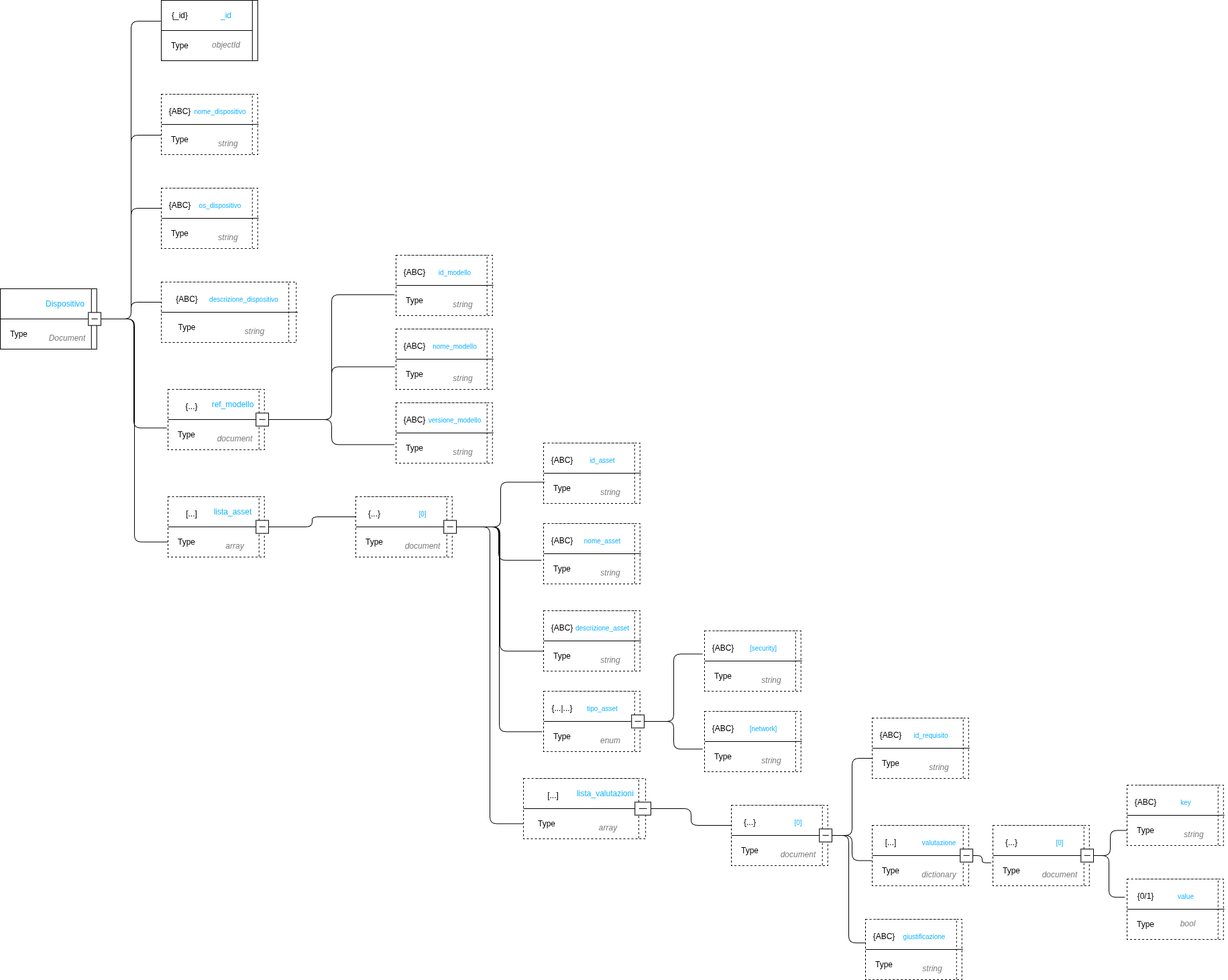
GroupRubberDuck/Documentazione keeps this draw.io diagram as src/PB/DocumentazioneEsterna/Specifica_Tecnica/images/schema_dati_dispositivo.drawio.png. Above is the earlier version. Source tidied: cells renumbered, new cells last; positions are measured from the earlier drawing's top-left corner, leaving out a move shared by most shapes.
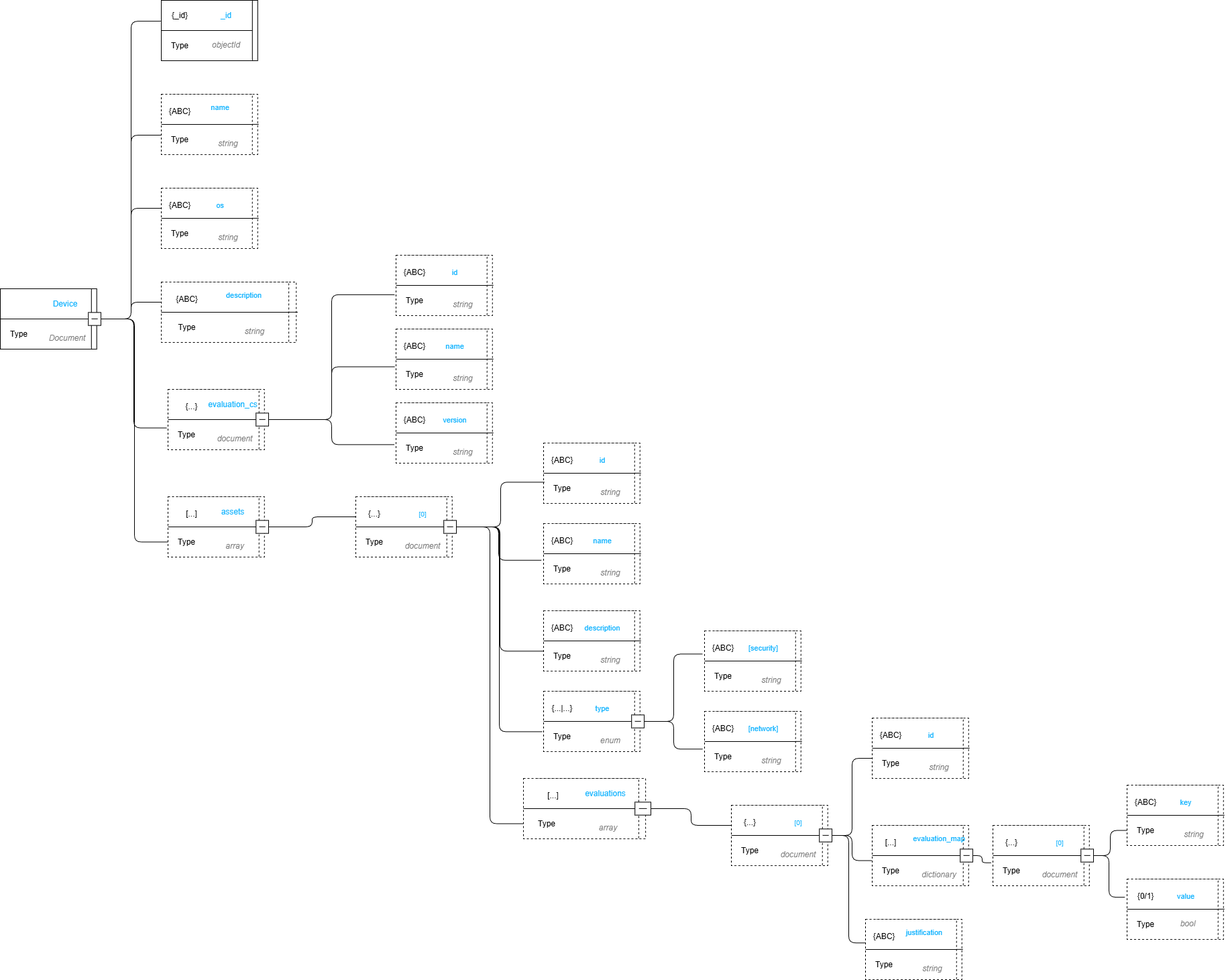
After the change.

Commit message:
Verifica: sezione dati st e schemi draw.io

Diff of the diagram source:
```diff
@@ -37,3 +37,3 @@
     </mxCell>
-    <mxCell id="11" value="&lt;span&gt;&lt;font style=&quot;color: rgb(14, 178, 255);&quot;&gt;Dispositivo&lt;/font&gt;&lt;/span&gt;" style="text;html=1;align=center;verticalAlign=middle;whiteSpace=wrap;rounded=0;" parent="2" vertex="1">
+    <mxCell id="11" value="&lt;font color=&quot;#0eb2ff&quot;&gt;Device&lt;/font&gt;" style="text;html=1;align=center;verticalAlign=middle;whiteSpace=wrap;rounded=0;" parent="2" vertex="1">
       <mxGeometry x="68.8" y="6.4" width="56.2" height="32.1" as="geometry" />
@@ -70,3 +70,3 @@
     </mxCell>
-    <mxCell id="20" value="&lt;span&gt;&lt;font style=&quot;color: rgb(14, 178, 255);&quot;&gt;nome_dispositivo&lt;/font&gt;&lt;/span&gt;" style="text;html=1;align=center;verticalAlign=middle;whiteSpace=wrap;rounded=0;dashed=1;fontSize=10;" parent="12" vertex="1">
+    <mxCell id="20" value="&lt;font style=&quot;font-size: 11px;&quot; color=&quot;#0eb2ff&quot;&gt;name&lt;/font&gt;&lt;div&gt;&lt;font color=&quot;#0eb2ff&quot;&gt;&lt;br&gt;&lt;/font&gt;&lt;/div&gt;" style="text;html=1;align=center;verticalAlign=middle;whiteSpace=wrap;rounded=0;dashed=1;fontSize=10;" parent="12" vertex="1">
       <mxGeometry x="60" y="10" width="56.2" height="32.1" as="geometry" />
@@ -109,3 +109,3 @@
     </mxCell>
-    <mxCell id="31" value="&lt;span&gt;&lt;font style=&quot;color: rgb(14, 178, 255);&quot;&gt;ref_modello&lt;/font&gt;&lt;/span&gt;" style="text;html=1;align=center;verticalAlign=middle;whiteSpace=wrap;rounded=0;dashed=1;" parent="22" vertex="1">
+    <mxCell id="31" value="&lt;span&gt;&lt;font style=&quot;color: rgb(14, 178, 255);&quot;&gt;evaluation_cs&lt;/font&gt;&lt;/span&gt;" style="text;html=1;align=center;verticalAlign=middle;whiteSpace=wrap;rounded=0;dashed=1;" parent="22" vertex="1">
       <mxGeometry x="68.8" y="6.4" width="56.2" height="32.1" as="geometry" />
@@ -169,3 +169,3 @@
     </mxCell>
-    <mxCell id="49" value="&lt;span&gt;&lt;font style=&quot;color: rgb(14, 178, 255);&quot;&gt;os_dispositivo&lt;/font&gt;&lt;/span&gt;" style="text;html=1;align=center;verticalAlign=middle;whiteSpace=wrap;rounded=0;dashed=1;fontSize=10;" parent="41" vertex="1">
+    <mxCell id="49" value="&lt;span&gt;&lt;font style=&quot;color: rgb(14, 178, 255); font-size: 11px;&quot;&gt;os&lt;/font&gt;&lt;/span&gt;" style="text;html=1;align=center;verticalAlign=middle;whiteSpace=wrap;rounded=0;dashed=1;fontSize=10;" parent="41" vertex="1">
       <mxGeometry x="60" y="10" width="56.2" height="32.1" as="geometry" />
@@ -205,3 +205,3 @@
     </mxCell>
-    <mxCell id="59" value="&lt;span&gt;&lt;font style=&quot;color: rgb(14, 178, 255);&quot;&gt;descrizione_dispositivo&lt;/font&gt;&lt;/span&gt;" style="text;html=1;align=center;verticalAlign=middle;whiteSpace=wrap;rounded=0;dashed=1;fontSize=10;" parent="51" vertex="1">
+    <mxCell id="59" value="&lt;font style=&quot;font-size: 11px;&quot; color=&quot;#0eb2ff&quot;&gt;description&lt;/font&gt;&lt;div&gt;&lt;font color=&quot;#0eb2ff&quot;&gt;&lt;br&gt;&lt;/font&gt;&lt;/div&gt;" style="text;html=1;align=center;verticalAlign=middle;whiteSpace=wrap;rounded=0;dashed=1;fontSize=10;" parent="51" vertex="1">
       <mxGeometry x="84" y="10" width="78.8" height="32.1" as="geometry" />
@@ -256,3 +256,3 @@
     </mxCell>
-    <mxCell id="74" value="&lt;font color=&quot;#0eb2ff&quot;&gt;id_modello&lt;/font&gt;" style="text;html=1;align=center;verticalAlign=middle;whiteSpace=wrap;rounded=0;dashed=1;fontSize=10;" parent="66" vertex="1">
+    <mxCell id="74" value="&lt;font style=&quot;font-size: 11px;&quot; color=&quot;#0eb2ff&quot;&gt;id&lt;/font&gt;" style="text;html=1;align=center;verticalAlign=middle;whiteSpace=wrap;rounded=0;dashed=1;fontSize=10;" parent="66" vertex="1">
       <mxGeometry x="60" y="10" width="56.2" height="32.1" as="geometry" />
@@ -292,3 +292,3 @@
     </mxCell>
-    <mxCell id="84" value="&lt;span&gt;&lt;font style=&quot;color: rgb(14, 178, 255);&quot;&gt;nome_modello&lt;/font&gt;&lt;/span&gt;" style="text;html=1;align=center;verticalAlign=middle;whiteSpace=wrap;rounded=0;dashed=1;fontSize=10;" parent="76" vertex="1">
+    <mxCell id="84" value="&lt;span&gt;&lt;font style=&quot;color: rgb(14, 178, 255); font-size: 11px;&quot;&gt;name&lt;/font&gt;&lt;/span&gt;" style="text;html=1;align=center;verticalAlign=middle;whiteSpace=wrap;rounded=0;dashed=1;fontSize=10;" parent="76" vertex="1">
       <mxGeometry x="60" y="10" width="56.2" height="32.1" as="geometry" />
@@ -328,3 +328,3 @@
     </mxCell>
-    <mxCell id="94" value="&lt;span&gt;&lt;font style=&quot;color: rgb(14, 178, 255);&quot;&gt;versione_modello&lt;/font&gt;&lt;/span&gt;" style="text;html=1;align=center;verticalAlign=middle;whiteSpace=wrap;rounded=0;dashed=1;fontSize=10;" parent="86" vertex="1">
+    <mxCell id="94" value="&lt;span&gt;&lt;font style=&quot;color: rgb(14, 178, 255); font-size: 11px;&quot;&gt;version&lt;/font&gt;&lt;/span&gt;" style="text;html=1;align=center;verticalAlign=middle;whiteSpace=wrap;rounded=0;dashed=1;fontSize=10;" parent="86" vertex="1">
       <mxGeometry x="60" y="10" width="56.2" height="32.1" as="geometry" />
@@ -376,3 +376,3 @@
     </mxCell>
-    <mxCell id="108" value="&lt;span&gt;&lt;font style=&quot;color: rgb(14, 178, 255);&quot;&gt;lista_asset&lt;/font&gt;&lt;/span&gt;" style="text;html=1;align=center;verticalAlign=middle;whiteSpace=wrap;rounded=0;dashed=1;" parent="99" vertex="1">
+    <mxCell id="108" value="&lt;span&gt;&lt;font style=&quot;color: rgb(14, 178, 255);&quot;&gt;assets&lt;/font&gt;&lt;/span&gt;" style="text;html=1;align=center;verticalAlign=middle;whiteSpace=wrap;rounded=0;dashed=1;" parent="99" vertex="1">
       <mxGeometry x="68.8" y="6.4" width="56.2" height="32.1" as="geometry" />
@@ -463,3 +463,3 @@
     </mxCell>
-    <mxCell id="131" value="&lt;font color=&quot;#0eb2ff&quot;&gt;id_asset&lt;/font&gt;" style="text;html=1;align=center;verticalAlign=middle;whiteSpace=wrap;rounded=0;dashed=1;fontSize=10;" parent="123" vertex="1">
+    <mxCell id="131" value="&lt;font style=&quot;font-size: 11px;&quot; color=&quot;#0eb2ff&quot;&gt;id&lt;/font&gt;" style="text;html=1;align=center;verticalAlign=middle;whiteSpace=wrap;rounded=0;dashed=1;fontSize=10;" parent="123" vertex="1">
       <mxGeometry x="60" y="10" width="56.2" height="32.1" as="geometry" />
@@ -499,3 +499,3 @@
     </mxCell>
-    <mxCell id="141" value="&lt;font color=&quot;#0eb2ff&quot;&gt;nome_asset&lt;/font&gt;" style="text;html=1;align=center;verticalAlign=middle;whiteSpace=wrap;rounded=0;dashed=1;fontSize=10;" parent="133" vertex="1">
+    <mxCell id="141" value="&lt;font style=&quot;font-size: 11px;&quot; color=&quot;#0eb2ff&quot;&gt;name&lt;/font&gt;" style="text;html=1;align=center;verticalAlign=middle;whiteSpace=wrap;rounded=0;dashed=1;fontSize=10;" parent="133" vertex="1">
       <mxGeometry x="60" y="10" width="56.2" height="32.1" as="geometry" />
@@ -535,3 +535,3 @@
     </mxCell>
-    <mxCell id="151" value="&lt;font color=&quot;#0eb2ff&quot;&gt;descrizione_asset&lt;/font&gt;" style="text;html=1;align=center;verticalAlign=middle;whiteSpace=wrap;rounded=0;dashed=1;fontSize=10;" parent="143" vertex="1">
+    <mxCell id="151" value="&lt;font style=&quot;font-size: 11px;&quot; color=&quot;#0eb2ff&quot;&gt;description&lt;/font&gt;" style="text;html=1;align=center;verticalAlign=middle;whiteSpace=wrap;rounded=0;dashed=1;fontSize=10;" parent="143" vertex="1">
       <mxGeometry x="60" y="10" width="56.2" height="32.1" as="geometry" />
@@ -598,3 +598,3 @@
     </mxCell>
-    <mxCell id="166" value="&lt;font color=&quot;#0eb2ff&quot;&gt;tipo_asset&lt;/font&gt;" style="text;html=1;align=center;verticalAlign=middle;whiteSpace=wrap;rounded=0;dashed=1;fontSize=10;" parent="153" vertex="1">
+    <mxCell id="166" value="&lt;font style=&quot;font-size: 11px;&quot; color=&quot;#0eb2ff&quot;&gt;type&lt;/font&gt;" style="text;html=1;align=center;verticalAlign=middle;whiteSpace=wrap;rounded=0;dashed=1;fontSize=10;" parent="153" vertex="1">
       <mxGeometry x="60" y="10" width="56.2" height="32.1" as="geometry" />
@@ -634,3 +634,3 @@
     </mxCell>
-    <mxCell id="176" value="&lt;font color=&quot;#0eb2ff&quot;&gt;[security]&lt;/font&gt;" style="text;html=1;align=center;verticalAlign=middle;whiteSpace=wrap;rounded=0;dashed=1;fontSize=10;" parent="168" vertex="1">
+    <mxCell id="176" value="&lt;font style=&quot;font-size: 11px;&quot; color=&quot;#0eb2ff&quot;&gt;[security]&lt;/font&gt;" style="text;html=1;align=center;verticalAlign=middle;whiteSpace=wrap;rounded=0;dashed=1;fontSize=10;" parent="168" vertex="1">
       <mxGeometry x="60" y="10" width="56.2" height="32.1" as="geometry" />
@@ -670,3 +670,3 @@
     </mxCell>
-    <mxCell id="186" value="&lt;font color=&quot;#0eb2ff&quot;&gt;[network]&lt;/font&gt;" style="text;html=1;align=center;verticalAlign=middle;whiteSpace=wrap;rounded=0;dashed=1;fontSize=10;" parent="178" vertex="1">
+    <mxCell id="186" value="&lt;font style=&quot;font-size: 11px;&quot; color=&quot;#0eb2ff&quot;&gt;[network]&lt;/font&gt;" style="text;html=1;align=center;verticalAlign=middle;whiteSpace=wrap;rounded=0;dashed=1;fontSize=10;" parent="178" vertex="1">
       <mxGeometry x="60" y="10" width="56.2" height="32.1" as="geometry" />
@@ -733,3 +733,3 @@
     </mxCell>
-    <mxCell id="205" value="&lt;span&gt;&lt;font style=&quot;color: rgb(14, 178, 255);&quot;&gt;lista_valutazioni&lt;/font&gt;&lt;/span&gt;" style="text;html=1;align=center;verticalAlign=middle;whiteSpace=wrap;rounded=0;dashed=1;" parent="196" vertex="1">
+    <mxCell id="205" value="&lt;span&gt;&lt;font style=&quot;color: rgb(14, 178, 255);&quot;&gt;evaluations&lt;/font&gt;&lt;/span&gt;" style="text;html=1;align=center;verticalAlign=middle;whiteSpace=wrap;rounded=0;dashed=1;" parent="196" vertex="1">
       <mxGeometry x="87.1" y="6.4" width="71.2" height="32.1" as="geometry" />
@@ -826,3 +826,3 @@
     </mxCell>
-    <mxCell id="230" value="&lt;font color=&quot;#0eb2ff&quot;&gt;key&lt;/font&gt;" style="text;html=1;align=center;verticalAlign=middle;whiteSpace=wrap;rounded=0;dashed=1;fontSize=10;" parent="222" vertex="1">
+    <mxCell id="230" value="&lt;font style=&quot;font-size: 11px;&quot; color=&quot;#0eb2ff&quot;&gt;key&lt;/font&gt;" style="text;html=1;align=center;verticalAlign=middle;whiteSpace=wrap;rounded=0;dashed=1;fontSize=10;" parent="222" vertex="1">
       <mxGeometry x="60" y="10" width="56.2" height="32.1" as="geometry" />
@@ -862,3 +862,3 @@
     </mxCell>
-    <mxCell id="240" value="&lt;font color=&quot;#0eb2ff&quot;&gt;value&lt;/font&gt;" style="text;html=1;align=center;verticalAlign=middle;whiteSpace=wrap;rounded=0;dashed=1;fontSize=10;" parent="232" vertex="1">
+    <mxCell id="240" value="&lt;font style=&quot;font-size: 11px;&quot; color=&quot;#0eb2ff&quot;&gt;value&lt;/font&gt;" style="text;html=1;align=center;verticalAlign=middle;whiteSpace=wrap;rounded=0;dashed=1;fontSize=10;" parent="232" vertex="1">
       <mxGeometry x="60" y="10" width="56.2" height="32.1" as="geometry" />
@@ -913,3 +913,3 @@
     </mxCell>
-    <mxCell id="253" value="&lt;span&gt;&lt;font style=&quot;color: rgb(14, 178, 255);&quot;&gt;valutazione&lt;/font&gt;&lt;/span&gt;" style="text;html=1;align=center;verticalAlign=middle;whiteSpace=wrap;rounded=0;dashed=1;fontSize=10;" parent="242" vertex="1">
+    <mxCell id="253" value="&lt;span&gt;&lt;font style=&quot;color: rgb(14, 178, 255); font-size: 11px;&quot;&gt;evaluation_map&lt;/font&gt;&lt;/span&gt;&lt;div&gt;&lt;span&gt;&lt;font style=&quot;color: rgb(14, 178, 255);&quot;&gt;&lt;br&gt;&lt;/font&gt;&lt;/span&gt;&lt;/div&gt;" style="text;html=1;align=center;verticalAlign=middle;whiteSpace=wrap;rounded=0;dashed=1;fontSize=10;" parent="242" vertex="1">
       <mxGeometry x="71.9" y="10" width="56.2" height="32.1" as="geometry" />
@@ -949,3 +949,3 @@
     </mxCell>
-    <mxCell id="263" value="&lt;font color=&quot;#0eb2ff&quot;&gt;id_requisito&lt;/font&gt;" style="text;html=1;align=center;verticalAlign=middle;whiteSpace=wrap;rounded=0;dashed=1;fontSize=10;" parent="255" vertex="1">
+    <mxCell id="263" value="&lt;font style=&quot;font-size: 11px;&quot; color=&quot;#0eb2ff&quot;&gt;id&lt;/font&gt;" style="text;html=1;align=center;verticalAlign=middle;whiteSpace=wrap;rounded=0;dashed=1;fontSize=10;" parent="255" vertex="1">
       <mxGeometry x="60" y="10" width="56.2" height="32.1" as="geometry" />
@@ -1051,3 +1051,3 @@
     </mxCell>
-    <mxCell id="291" value="&lt;font color=&quot;#0eb2ff&quot;&gt;giustificazione&lt;/font&gt;" style="text;html=1;align=center;verticalAlign=middle;whiteSpace=wrap;rounded=0;dashed=1;fontSize=10;" parent="283" vertex="1">
+    <mxCell id="291" value="&lt;font style=&quot;font-size: 11px;&quot; color=&quot;#0eb2ff&quot;&gt;justification&lt;/font&gt;&lt;div&gt;&lt;font color=&quot;#0eb2ff&quot;&gt;&lt;br&gt;&lt;/font&gt;&lt;/div&gt;" style="text;html=1;align=center;verticalAlign=middle;whiteSpace=wrap;rounded=0;dashed=1;fontSize=10;" parent="283" vertex="1">
       <mxGeometry x="60" y="10" width="56.2" height="32.1" as="geometry" />
```
